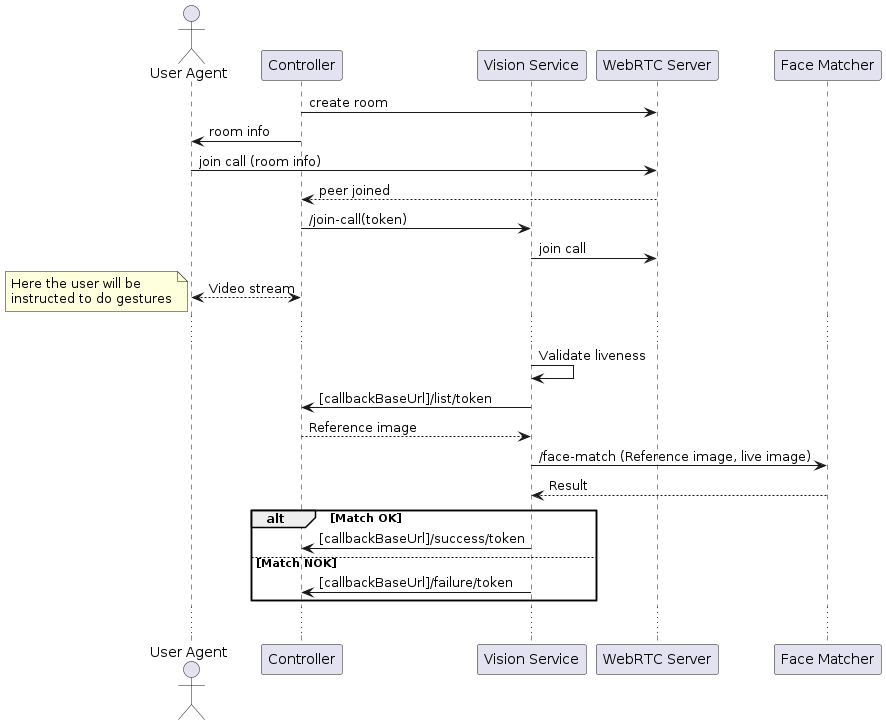
Earlier version of the PlantUML export docs/diagrams/sample-verification-flow.png (2060-io/vision-service).
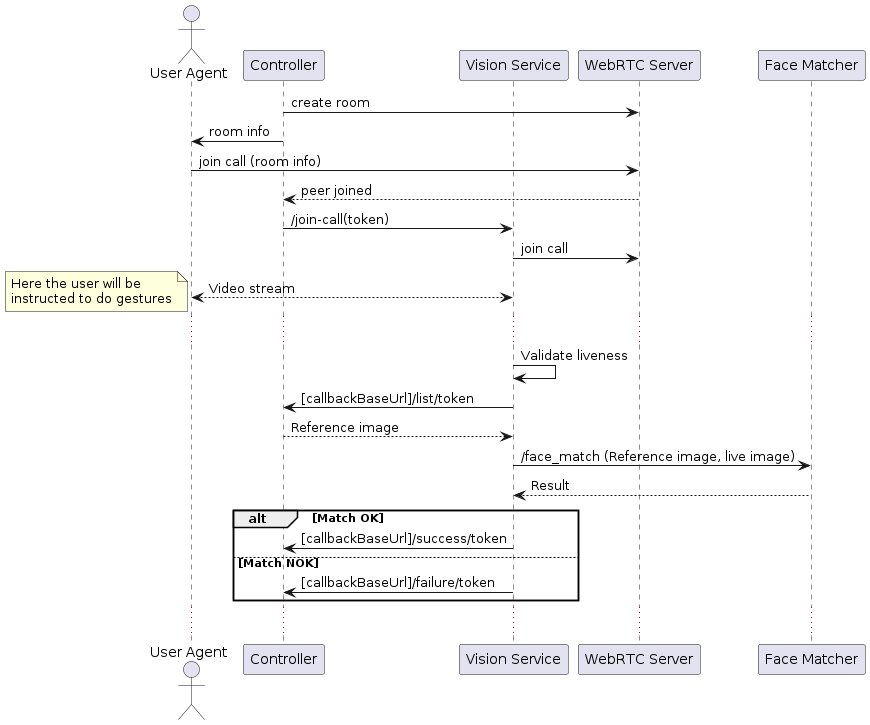
The same file after the commit.

Diff of the diagram source:
```diff
@@ -11,7 +11,7 @@
 WRTCServer --> Controller: peer joined
 Controller -> VS: /join-call(token)
 VS -> WRTCServer: join call
-UA <--> Controller: Video stream
+UA <--> VS: Video stream
 note left
   Here the user will be
   instructed to do gestures
@@ -20,7 +20,7 @@
 VS -> VS: Validate liveness
 VS -> Controller: [callbackBaseUrl]/list/token
 Controller --> VS: Reference image
-VS -> FM: /face-match (Reference image, live image)
+VS -> FM: /face_match (Reference image, live image)
 FM --> VS: Result
 alt Match OK
 VS -> Controller: [callbackBaseUrl]/success/token
```
